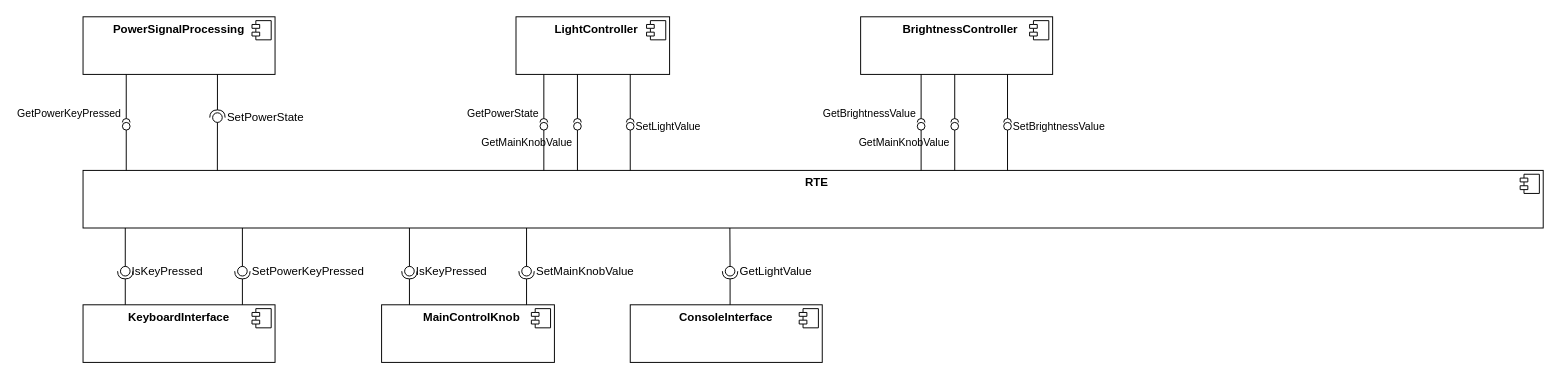
This is page "SW Architecture" (2 of 2) of doc/common/sw_architecture/_figures/spled.drawio from avengineers/SPLed, a draw.io file, before an edit. Source tidied: cells renumbered, new cells numbered last; positions are measured from the earlier drawing's top-left corner, leaving out a move shared by most shapes. Both pictures are drawn from the tidied source at 96%, with x=0, y=0 at pixel (83, 16).
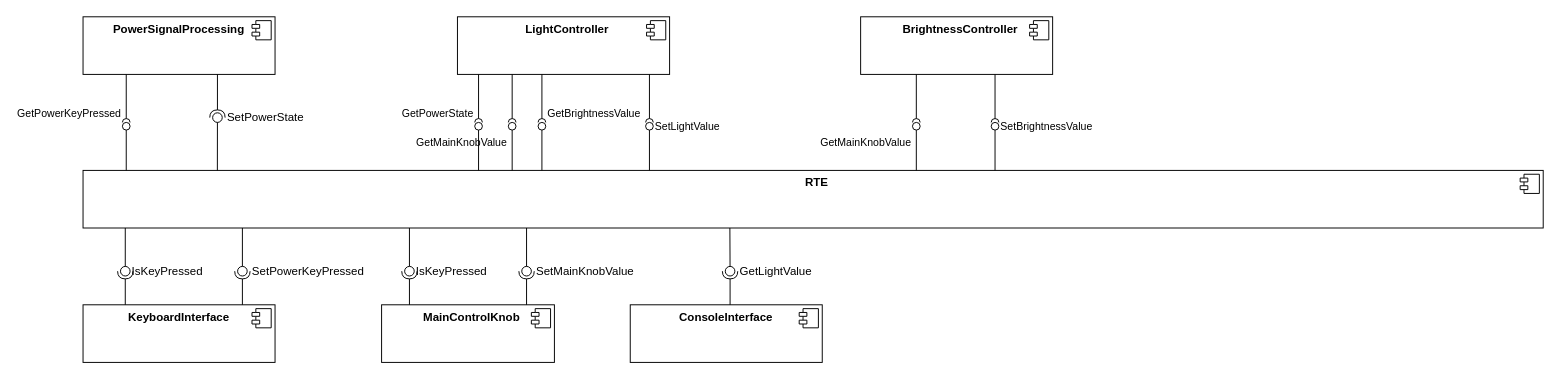
Above is the later version.

Diff of the diagram source:
```diff
@@
     <mxCell id="4" value="&lt;p style=&quot;margin: 6px 0px 0px;&quot;&gt;&lt;/p&gt;&lt;p style=&quot;margin:0px;margin-left:8px;&quot;&gt;&lt;b&gt;LightController&lt;/b&gt;&lt;/p&gt;" style="align=center;overflow=fill;html=1;whiteSpace=wrap;" parent="1" vertex="1">
-      <mxGeometry x="451" width="160" height="60" as="geometry" />
+      <mxGeometry x="390" width="221" height="60" as="geometry" />
     </mxCell>
@@
     <mxCell id="8" style="endArrow=none;html=1;rounded=0;align=center;verticalAlign=top;endFill=0;labelBackgroundColor=none;endSize=2;exitX=0.13;exitY=-0.002;exitDx=0;exitDy=0;exitPerimeter=0;" parent="1" edge="1" target="9">
       <mxGeometry relative="1" as="geometry">
-        <mxPoint x="480" y="160" as="sourcePoint" />
+        <mxPoint x="412" y="160" as="sourcePoint" />
       </mxGeometry>
     </mxCell>
     <mxCell id="9" value="GetPowerState" style="ellipse;html=1;fontSize=11;align=right;fillColor=none;points=[];verticalAlign=bottom;labelPosition=left;verticalLabelPosition=top;flipH=1;" parent="1" vertex="1">
-      <mxGeometry x="476" y="110" width="8" height="8" as="geometry" />
+      <mxGeometry x="408" y="110" width="8" height="8" as="geometry" />
     </mxCell>
     <mxCell id="10" style="html=1;verticalAlign=bottom;labelBackgroundColor=none;startArrow=halfCircle;startFill=0;startSize=2;endArrow=none;rounded=0;entryX=0.5;entryY=1;entryDx=0;entryDy=0;" parent="1" edge="1">
       <mxGeometry x="-1" y="3" relative="1" as="geometry">
-        <mxPoint x="480" y="110" as="sourcePoint" />
-        <mxPoint x="480" y="60" as="targetPoint" />
+        <mxPoint x="412" y="110" as="sourcePoint" />
+        <mxPoint x="412" y="60" as="targetPoint" />
       </mxGeometry>
     </mxCell>
     <mxCell id="11" style="endArrow=none;html=1;rounded=0;align=center;verticalAlign=top;endFill=0;labelBackgroundColor=none;endSize=2;exitX=0.13;exitY=-0.002;exitDx=0;exitDy=0;exitPerimeter=0;" parent="1" edge="1" target="12">
       <mxGeometry relative="1" as="geometry">
-        <mxPoint x="570" y="160" as="sourcePoint" />
+        <mxPoint x="590" y="160" as="sourcePoint" />
       </mxGeometry>
     </mxCell>
     <mxCell id="12" value="SetLightValue" style="ellipse;html=1;fontSize=11;align=left;fillColor=none;points=[];verticalAlign=middle;labelPosition=right;verticalLabelPosition=middle;flipH=1;" parent="1" vertex="1">
-      <mxGeometry x="566" y="110" width="8" height="8" as="geometry" />
+      <mxGeometry x="586" y="110" width="8" height="8" as="geometry" />
     </mxCell>
     <mxCell id="13" style="html=1;verticalAlign=bottom;labelBackgroundColor=none;startArrow=halfCircle;startFill=0;startSize=2;endArrow=none;rounded=0;entryX=0.5;entryY=1;entryDx=0;entryDy=0;" parent="1" edge="1">
       <mxGeometry x="-1" y="3" relative="1" as="geometry">
-        <mxPoint x="570" y="110" as="sourcePoint" />
-        <mxPoint x="570" y="60" as="targetPoint" />
+        <mxPoint x="590" y="110" as="sourcePoint" />
+        <mxPoint x="590" y="60" as="targetPoint" />
       </mxGeometry>
     </mxCell>
@@
     <mxCell id="24" style="endArrow=none;html=1;rounded=0;align=center;verticalAlign=top;endFill=0;labelBackgroundColor=none;endSize=2;exitX=0.13;exitY=-0.002;exitDx=0;exitDy=0;exitPerimeter=0;" parent="1" edge="1" target="25">
       <mxGeometry relative="1" as="geometry">
-        <mxPoint x="515" y="160" as="sourcePoint" />
+        <mxPoint x="447" y="160" as="sourcePoint" />
       </mxGeometry>
     </mxCell>
     <mxCell id="25" value="GetMainKnobValue" style="ellipse;html=1;fontSize=11;align=right;fillColor=none;points=[];verticalAlign=top;labelPosition=left;verticalLabelPosition=bottom;flipH=1;" parent="1" vertex="1">
-      <mxGeometry x="511" y="110" width="8" height="8" as="geometry" />
+      <mxGeometry x="443" y="110" width="8" height="8" as="geometry" />
     </mxCell>
     <mxCell id="26" style="html=1;verticalAlign=bottom;labelBackgroundColor=none;startArrow=halfCircle;startFill=0;startSize=2;endArrow=none;rounded=0;entryX=0.5;entryY=1;entryDx=0;entryDy=0;" parent="1" edge="1">
       <mxGeometry x="-1" y="3" relative="1" as="geometry">
-        <mxPoint x="515" y="110" as="sourcePoint" />
-        <mxPoint x="515" y="60" as="targetPoint" />
+        <mxPoint x="447" y="110" as="sourcePoint" />
+        <mxPoint x="447" y="60" as="targetPoint" />
       </mxGeometry>
     </mxCell>
@@
-    <mxCell id="46" style="endArrow=none;html=1;rounded=0;align=center;verticalAlign=top;endFill=0;labelBackgroundColor=none;endSize=2;exitX=0.13;exitY=-0.002;exitDx=0;exitDy=0;exitPerimeter=0;" parent="1" edge="1" target="47">
-      <mxGeometry relative="1" as="geometry">
-        <mxPoint x="873" y="160" as="sourcePoint" />
-      </mxGeometry>
-    </mxCell>
-    <mxCell id="47" value="GetBrightnessValue" style="ellipse;html=1;fontSize=11;align=right;fillColor=none;points=[];verticalAlign=bottom;labelPosition=left;verticalLabelPosition=top;flipH=1;" parent="1" vertex="1">
-      <mxGeometry x="869" y="110" width="8" height="8" as="geometry" />
-    </mxCell>
-    <mxCell id="48" style="html=1;verticalAlign=bottom;labelBackgroundColor=none;startArrow=halfCircle;startFill=0;startSize=2;endArrow=none;rounded=0;entryX=0.5;entryY=1;entryDx=0;entryDy=0;" parent="1" edge="1">
-      <mxGeometry x="-1" y="3" relative="1" as="geometry">
-        <mxPoint x="873" y="110" as="sourcePoint" />
-        <mxPoint x="873" y="60" as="targetPoint" />
-      </mxGeometry>
-    </mxCell>
     <mxCell id="49" style="endArrow=none;html=1;rounded=0;align=center;verticalAlign=top;endFill=0;labelBackgroundColor=none;endSize=2;exitX=0.13;exitY=-0.002;exitDx=0;exitDy=0;exitPerimeter=0;" parent="1" edge="1" target="50">
       <mxGeometry relative="1" as="geometry">
-        <mxPoint x="963" y="160" as="sourcePoint" />
+        <mxPoint x="950" y="160" as="sourcePoint" />
       </mxGeometry>
     </mxCell>
     <mxCell id="50" value="SetBrightnessValue" style="ellipse;html=1;fontSize=11;align=left;fillColor=none;points=[];verticalAlign=middle;labelPosition=right;verticalLabelPosition=middle;flipH=1;" parent="1" vertex="1">
-      <mxGeometry x="959" y="110" width="8" height="8" as="geometry" />
+      <mxGeometry x="946" y="110" width="8" height="8" as="geometry" />
     </mxCell>
     <mxCell id="51" style="html=1;verticalAlign=bottom;labelBackgroundColor=none;startArrow=halfCircle;startFill=0;startSize=2;endArrow=none;rounded=0;entryX=0.5;entryY=1;entryDx=0;entryDy=0;" parent="1" edge="1">
       <mxGeometry x="-1" y="3" relative="1" as="geometry">
-        <mxPoint x="963" y="110" as="sourcePoint" />
-        <mxPoint x="963" y="60" as="targetPoint" />
+        <mxPoint x="950" y="110" as="sourcePoint" />
+        <mxPoint x="950" y="60" as="targetPoint" />
       </mxGeometry>
     </mxCell>
     <mxCell id="52" style="endArrow=none;html=1;rounded=0;align=center;verticalAlign=top;endFill=0;labelBackgroundColor=none;endSize=2;exitX=0.13;exitY=-0.002;exitDx=0;exitDy=0;exitPerimeter=0;" parent="1" edge="1" target="53">
       <mxGeometry relative="1" as="geometry">
-        <mxPoint x="908" y="160" as="sourcePoint" />
+        <mxPoint x="868" y="160" as="sourcePoint" />
       </mxGeometry>
     </mxCell>
     <mxCell id="53" value="GetMainKnobValue" style="ellipse;html=1;fontSize=11;align=right;fillColor=none;points=[];verticalAlign=top;labelPosition=left;verticalLabelPosition=bottom;flipH=1;" parent="1" vertex="1">
-      <mxGeometry x="904" y="110" width="8" height="8" as="geometry" />
+      <mxGeometry x="864" y="110" width="8" height="8" as="geometry" />
     </mxCell>
     <mxCell id="54" style="html=1;verticalAlign=bottom;labelBackgroundColor=none;startArrow=halfCircle;startFill=0;startSize=2;endArrow=none;rounded=0;entryX=0.5;entryY=1;entryDx=0;entryDy=0;" parent="1" edge="1">
       <mxGeometry x="-1" y="3" relative="1" as="geometry">
-        <mxPoint x="908" y="110" as="sourcePoint" />
-        <mxPoint x="908" y="60" as="targetPoint" />
+        <mxPoint x="868" y="110" as="sourcePoint" />
+        <mxPoint x="868" y="60" as="targetPoint" />
       </mxGeometry>
     </mxCell>
+    <mxCell id="55" style="endArrow=none;html=1;rounded=0;align=center;verticalAlign=top;endFill=0;labelBackgroundColor=none;endSize=2;exitX=0.13;exitY=-0.002;exitDx=0;exitDy=0;exitPerimeter=0;" parent="1" edge="1" target="47">
+      <mxGeometry relative="1" as="geometry">
+        <mxPoint x="478" y="160" as="sourcePoint" />
+      </mxGeometry>
+    </mxCell>
+    <mxCell id="47" value="GetBrightnessValue" style="ellipse;html=1;fontSize=11;align=left;fillColor=none;points=[];verticalAlign=bottom;labelPosition=right;verticalLabelPosition=top;flipH=1;" parent="1" vertex="1">
+      <mxGeometry x="474" y="110" width="8" height="8" as="geometry" />
+    </mxCell>
+    <mxCell id="56" style="html=1;verticalAlign=bottom;labelBackgroundColor=none;startArrow=halfCircle;startFill=0;startSize=2;endArrow=none;rounded=0;entryX=0.5;entryY=1;entryDx=0;entryDy=0;" parent="1" edge="1">
+      <mxGeometry x="-1" y="3" relative="1" as="geometry">
+        <mxPoint x="478" y="110" as="sourcePoint" />
+        <mxPoint x="478" y="60" as="targetPoint" />
+      </mxGeometry>
+    </mxCell>
```
